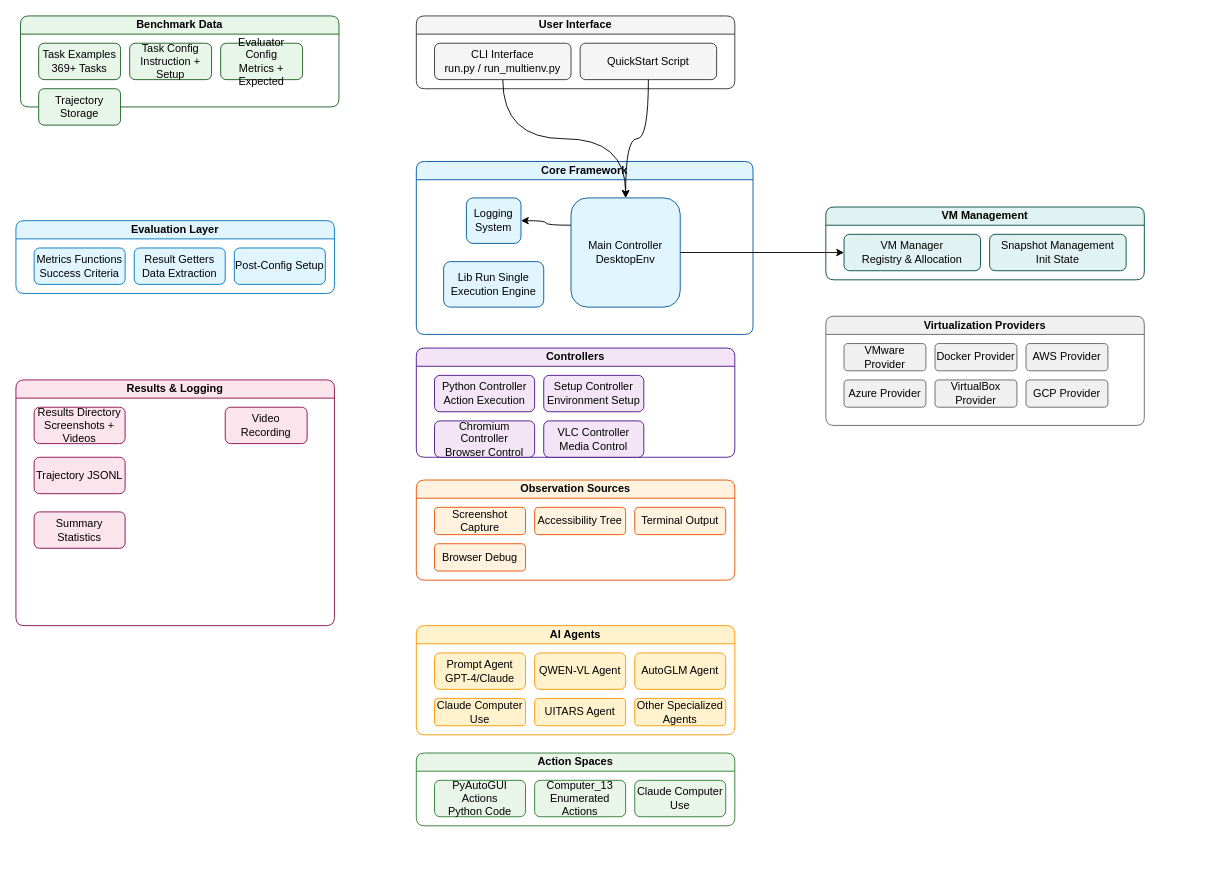
This is OSWorld.drawio from rogeroger-yu/drow.io, a draw.io file, before an edit. Source tidied: cells renumbered, new cells numbered last; positions are measured from the earlier drawing's top-left corner, leaving out a move shared by most shapes. Both pictures are drawn from the tidied source at 91%, with x=0, y=0 at pixel (15, 15).
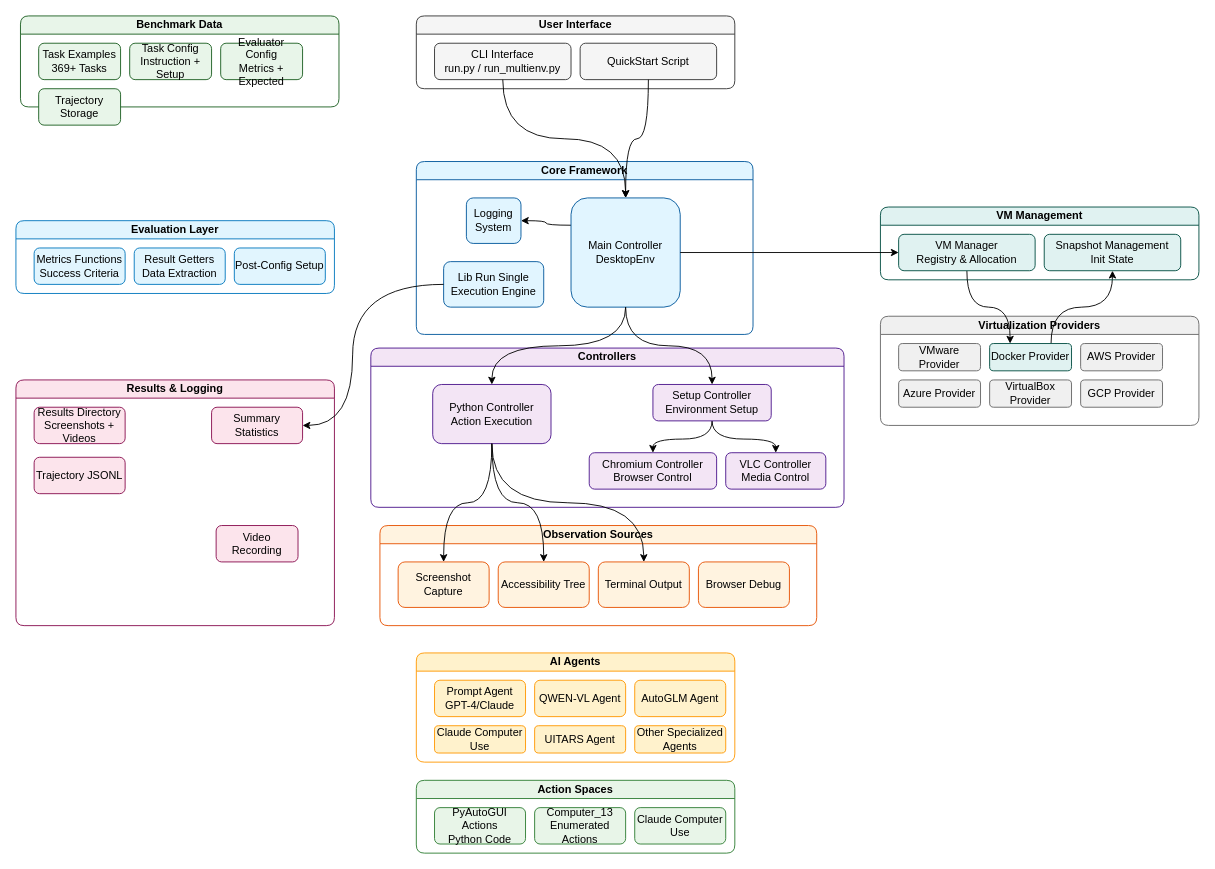
After the change.

The change refers to these unchanged cells:
```xml
<mxCell id="7" value="Lib Run Single&lt;br&gt;Execution Engine" style="rounded=1;whiteSpace=wrap;html=1;fillColor=#e1f5ff;strokeColor=#01579b;" parent="5" vertex="1">
  <mxGeometry x="30" y="110" width="110" height="50" as="geometry" />
</mxCell>
<mxCell id="9" value="Main Controller&lt;br&gt;DesktopEnv" style="rounded=1;whiteSpace=wrap;html=1;fillColor=#e1f5ff;strokeColor=#01579b;" parent="5" vertex="1">
  <mxGeometry x="170" y="40" width="120" height="120" as="geometry" />
</mxCell>
<mxCell id="50" value="Results &amp;amp; Logging" style="swimlane;startSize=20;whiteSpace=wrap;html=1;rounded=1;fillColor=#fce4ec;strokeColor=#880e4f;" parent="1" vertex="1">
  <mxGeometry y="400" width="350" height="270" as="geometry" />
</mxCell>
```

Change to the diagram source:
```diff
@@
     <mxCell id="10" value="Virtualization Providers" style="swimlane;startSize=20;whiteSpace=wrap;html=1;rounded=1;fillColor=#f0f0f0;strokeColor=#666666;" parent="1" vertex="1">
-      <mxGeometry x="890" y="330" width="350" height="120" as="geometry" />
+      <mxGeometry x="950" y="330" width="350" height="120" as="geometry" />
     </mxCell>
     <mxCell id="11" value="VMware Provider" style="rounded=1;whiteSpace=wrap;html=1;fillColor=#f0f0f0;strokeColor=#666666;" parent="1" vertex="1">
-      <mxGeometry x="910" y="360" width="90" height="30" as="geometry" />
+      <mxGeometry x="970" y="360" width="90" height="30" as="geometry" />
     </mxCell>
+    <mxCell id="58" style="edgeStyle=orthogonalEdgeStyle;rounded=0;jettySize=auto;html=1;exitX=0.75;exitY=0;exitDx=0;exitDy=0;entryX=0.5;entryY=1;entryDx=0;entryDy=0;curved=1;" parent="1" edge="1" source="12" target="19">
+      <mxGeometry relative="1" as="geometry" />
+    </mxCell>
-    <mxCell id="12" value="Docker Provider" style="rounded=1;whiteSpace=wrap;html=1;fillColor=#f0f0f0;strokeColor=#666666;" parent="1" vertex="1">
-      <mxGeometry x="1010" y="360" width="90" height="30" as="geometry" />
+    <mxCell id="12" value="Docker Provider" style="rounded=1;whiteSpace=wrap;html=1;fillColor=light-dark(#e0f2f1, #1f1f1f);strokeColor=light-dark(#004d40, #959595);" parent="1" vertex="1">
+      <mxGeometry x="1070" y="360" width="90" height="30" as="geometry" />
     </mxCell>
     <mxCell id="13" value="AWS Provider" style="rounded=1;whiteSpace=wrap;html=1;fillColor=#f0f0f0;strokeColor=#666666;" parent="1" vertex="1">
-      <mxGeometry x="1110" y="360" width="90" height="30" as="geometry" />
+      <mxGeometry x="1170" y="360" width="90" height="30" as="geometry" />
     </mxCell>
     <mxCell id="14" value="Azure Provider" style="rounded=1;whiteSpace=wrap;html=1;fillColor=#f0f0f0;strokeColor=#666666;" parent="1" vertex="1">
-      <mxGeometry x="910" y="400" width="90" height="30" as="geometry" />
+      <mxGeometry x="970" y="400" width="90" height="30" as="geometry" />
     </mxCell>
     <mxCell id="15" value="VirtualBox Provider" style="rounded=1;whiteSpace=wrap;html=1;fillColor=#f0f0f0;strokeColor=#666666;" parent="1" vertex="1">
-      <mxGeometry x="1010" y="400" width="90" height="30" as="geometry" />
+      <mxGeometry x="1070" y="400" width="90" height="30" as="geometry" />
     </mxCell>
     <mxCell id="16" value="GCP Provider" style="rounded=1;whiteSpace=wrap;html=1;fillColor=#f0f0f0;strokeColor=#666666;" parent="1" vertex="1">
-      <mxGeometry x="1110" y="400" width="90" height="30" as="geometry" />
+      <mxGeometry x="1170" y="400" width="90" height="30" as="geometry" />
     </mxCell>
     <mxCell id="17" value="VM Management" style="swimlane;startSize=20;whiteSpace=wrap;html=1;rounded=1;fillColor=#e0f2f1;strokeColor=#004d40;" parent="1" vertex="1">
-      <mxGeometry x="890" y="210" width="350" height="80" as="geometry" />
+      <mxGeometry x="950" y="210" width="350" height="80" as="geometry" />
     </mxCell>
+    <mxCell id="59" style="edgeStyle=orthogonalEdgeStyle;rounded=0;jettySize=auto;html=1;exitX=0.5;exitY=1;exitDx=0;exitDy=0;entryX=0.25;entryY=0;entryDx=0;entryDy=0;curved=1;" parent="1" edge="1" source="18" target="12">
+      <mxGeometry relative="1" as="geometry" />
+    </mxCell>
     <mxCell id="18" value="VM Manager&lt;br&gt;Registry &amp;amp; Allocation" style="rounded=1;whiteSpace=wrap;html=1;fillColor=#e0f2f1;strokeColor=#004d40;" parent="1" vertex="1">
-      <mxGeometry x="910" y="240" width="150" height="40" as="geometry" />
+      <mxGeometry x="970" y="240" width="150" height="40" as="geometry" />
     </mxCell>
     <mxCell id="19" value="Snapshot Management&lt;br&gt;Init State" style="rounded=1;whiteSpace=wrap;html=1;fillColor=#e0f2f1;strokeColor=#004d40;" parent="1" vertex="1">
-      <mxGeometry x="1070" y="240" width="150" height="40" as="geometry" />
+      <mxGeometry x="1130" y="240" width="150" height="40" as="geometry" />
     </mxCell>
     <mxCell id="20" value="Controllers" style="swimlane;startSize=20;whiteSpace=wrap;html=1;rounded=1;fillColor=#f3e5f5;strokeColor=#4a148c;" parent="1" vertex="1">
-      <mxGeometry x="440" y="365" width="350" height="120" as="geometry" />
+      <mxGeometry x="390" y="365" width="520" height="175" as="geometry" />
     </mxCell>
+    <mxCell id="60" style="edgeStyle=orthogonalEdgeStyle;rounded=0;jettySize=auto;html=1;exitX=0.5;exitY=1;exitDx=0;exitDy=0;curved=1;entryX=0.5;entryY=0;entryDx=0;entryDy=0;" parent="20" edge="1" source="22" target="23">
+      <mxGeometry relative="1" as="geometry" />
+    </mxCell>
+    <mxCell id="61" style="edgeStyle=orthogonalEdgeStyle;rounded=0;jettySize=auto;html=1;exitX=0.5;exitY=1;exitDx=0;exitDy=0;curved=1;entryX=0.5;entryY=0;entryDx=0;entryDy=0;" parent="20" edge="1" source="22" target="24">
+      <mxGeometry relative="1" as="geometry" />
+    </mxCell>
+    <mxCell id="22" value="Setup Controller&lt;br&gt;Environment Setup" style="rounded=1;whiteSpace=wrap;html=1;fillColor=#f3e5f5;strokeColor=#4a148c;" parent="20" vertex="1">
+      <mxGeometry x="310" y="40" width="130" height="40" as="geometry" />
+    </mxCell>
+    <mxCell id="24" value="VLC Controller&lt;br&gt;Media Control" style="rounded=1;whiteSpace=wrap;html=1;fillColor=#f3e5f5;strokeColor=#4a148c;" parent="20" vertex="1">
+      <mxGeometry x="390" y="115" width="110" height="40" as="geometry" />
+    </mxCell>
+    <mxCell id="23" value="Chromium Controller&lt;br&gt;Browser Control" style="rounded=1;whiteSpace=wrap;html=1;fillColor=#f3e5f5;strokeColor=#4a148c;" parent="20" vertex="1">
+      <mxGeometry x="240" y="115" width="140" height="40" as="geometry" />
+    </mxCell>
-    <mxCell id="21" value="Python Controller&lt;br&gt;Action Execution" style="rounded=1;whiteSpace=wrap;html=1;fillColor=#f3e5f5;strokeColor=#4a148c;" parent="1" vertex="1">
-      <mxGeometry x="460" y="395" width="110" height="40" as="geometry" />
+    <mxCell id="21" value="Python Controller&lt;br&gt;Action Execution" style="rounded=1;whiteSpace=wrap;html=1;fillColor=#f3e5f5;strokeColor=#4a148c;" parent="20" vertex="1">
+      <mxGeometry x="68" y="40" width="130" height="65" as="geometry" />
     </mxCell>
-    <mxCell id="22" value="Setup Controller&lt;br&gt;Environment Setup" style="rounded=1;whiteSpace=wrap;html=1;fillColor=#f3e5f5;strokeColor=#4a148c;" parent="1" vertex="1">
-      <mxGeometry x="580" y="395" width="110" height="40" as="geometry" />
-    </mxCell>
-    <mxCell id="23" value="Chromium Controller&lt;br&gt;Browser Control" style="rounded=1;whiteSpace=wrap;html=1;fillColor=#f3e5f5;strokeColor=#4a148c;" parent="1" vertex="1">
-      <mxGeometry x="460" y="445" width="110" height="40" as="geometry" />
-    </mxCell>
-    <mxCell id="24" value="VLC Controller&lt;br&gt;Media Control" style="rounded=1;whiteSpace=wrap;html=1;fillColor=#f3e5f5;strokeColor=#4a148c;" parent="1" vertex="1">
-      <mxGeometry x="580" y="445" width="110" height="40" as="geometry" />
-    </mxCell>
     <mxCell id="25" value="Observation Sources" style="swimlane;startSize=20;whiteSpace=wrap;html=1;rounded=1;fillColor=#fff3e0;strokeColor=#e65100;" parent="1" vertex="1">
-      <mxGeometry x="440" y="510" width="350" height="110" as="geometry" />
+      <mxGeometry x="400" y="560" width="480" height="110" as="geometry" />
     </mxCell>
+    <mxCell id="29" value="Browser Debug" style="rounded=1;whiteSpace=wrap;html=1;fillColor=#fff3e0;strokeColor=#e65100;" parent="25" vertex="1">
+      <mxGeometry x="350" y="40" width="100" height="50" as="geometry" />
+    </mxCell>
     <mxCell id="26" value="Screenshot Capture" style="rounded=1;whiteSpace=wrap;html=1;fillColor=#fff3e0;strokeColor=#e65100;" parent="1" vertex="1">
-      <mxGeometry x="460" y="540" width="100" height="30" as="geometry" />
+      <mxGeometry x="420" y="600" width="100" height="50" as="geometry" />
     </mxCell>
     <mxCell id="27" value="Accessibility Tree" style="rounded=1;whiteSpace=wrap;html=1;fillColor=#fff3e0;strokeColor=#e65100;" parent="1" vertex="1">
-      <mxGeometry x="570" y="540" width="100" height="30" as="geometry" />
+      <mxGeometry x="530" y="600" width="100" height="50" as="geometry" />
     </mxCell>
     <mxCell id="28" value="Terminal Output" style="rounded=1;whiteSpace=wrap;html=1;fillColor=#fff3e0;strokeColor=#e65100;" parent="1" vertex="1">
-      <mxGeometry x="680" y="540" width="100" height="30" as="geometry" />
+      <mxGeometry x="640" y="600" width="100" height="50" as="geometry" />
     </mxCell>
-    <mxCell id="29" value="Browser Debug" style="rounded=1;whiteSpace=wrap;html=1;fillColor=#fff3e0;strokeColor=#e65100;" parent="1" vertex="1">
-      <mxGeometry x="460" y="580" width="100" height="30" as="geometry" />
-    </mxCell>
     <mxCell id="30" value="AI Agents" style="swimlane;startSize=20;whiteSpace=wrap;html=1;rounded=1;fillColor=#fff2cc;strokeColor=#ff9800;" parent="1" vertex="1">
-      <mxGeometry x="440" y="670" width="350" height="120" as="geometry" />
+      <mxGeometry x="440" y="700" width="350" height="120" as="geometry" />
     </mxCell>
     <mxCell id="31" value="Prompt Agent&lt;br&gt;GPT-4/Claude" style="rounded=1;whiteSpace=wrap;html=1;fillColor=#fff2cc;strokeColor=#ff9800;" parent="1" vertex="1">
-      <mxGeometry x="460" y="700" width="100" height="40" as="geometry" />
+      <mxGeometry x="460" y="730" width="100" height="40" as="geometry" />
     </mxCell>
     <mxCell id="32" value="QWEN-VL Agent" style="rounded=1;whiteSpace=wrap;html=1;fillColor=#fff2cc;strokeColor=#ff9800;" parent="1" vertex="1">
-      <mxGeometry x="570" y="700" width="100" height="40" as="geometry" />
+      <mxGeometry x="570" y="730" width="100" height="40" as="geometry" />
     </mxCell>
     <mxCell id="33" value="AutoGLM Agent" style="rounded=1;whiteSpace=wrap;html=1;fillColor=#fff2cc;strokeColor=#ff9800;" parent="1" vertex="1">
-      <mxGeometry x="680" y="700" width="100" height="40" as="geometry" />
+      <mxGeometry x="680" y="730" width="100" height="40" as="geometry" />
     </mxCell>
     <mxCell id="34" value="Claude Computer Use" style="rounded=1;whiteSpace=wrap;html=1;fillColor=#fff2cc;strokeColor=#ff9800;" parent="1" vertex="1">
-      <mxGeometry x="460" y="750" width="100" height="30" as="geometry" />
+      <mxGeometry x="460" y="780" width="100" height="30" as="geometry" />
     </mxCell>
     <mxCell id="35" value="UITARS Agent" style="rounded=1;whiteSpace=wrap;html=1;fillColor=#fff2cc;strokeColor=#ff9800;" parent="1" vertex="1">
-      <mxGeometry x="570" y="750" width="100" height="30" as="geometry" />
+      <mxGeometry x="570" y="780" width="100" height="30" as="geometry" />
     </mxCell>
     <mxCell id="36" value="Other Specialized Agents" style="rounded=1;whiteSpace=wrap;html=1;fillColor=#fff2cc;strokeColor=#ff9800;" parent="1" vertex="1">
-      <mxGeometry x="680" y="750" width="100" height="30" as="geometry" />
+      <mxGeometry x="680" y="780" width="100" height="30" as="geometry" />
     </mxCell>
     <mxCell id="37" value="Action Spaces" style="swimlane;startSize=20;whiteSpace=wrap;html=1;rounded=1;fillColor=#e8f5e8;strokeColor=#2e7d32;" parent="1" vertex="1">
-      <mxGeometry x="440" y="810" width="350" height="80" as="geometry" />
+      <mxGeometry x="440" y="840" width="350" height="80" as="geometry" />
     </mxCell>
     <mxCell id="38" value="PyAutoGUI Actions&lt;br&gt;Python Code" style="rounded=1;whiteSpace=wrap;html=1;fillColor=#e8f5e8;strokeColor=#2e7d32;" parent="1" vertex="1">
-      <mxGeometry x="460" y="840" width="100" height="40" as="geometry" />
+      <mxGeometry x="460" y="870" width="100" height="40" as="geometry" />
     </mxCell>
     <mxCell id="39" value="Computer_13&lt;br&gt;Enumerated Actions" style="rounded=1;whiteSpace=wrap;html=1;fillColor=#e8f5e8;strokeColor=#2e7d32;" parent="1" vertex="1">
-      <mxGeometry x="570" y="840" width="100" height="40" as="geometry" />
+      <mxGeometry x="570" y="870" width="100" height="40" as="geometry" />
     </mxCell>
     <mxCell id="40" value="Claude Computer Use" style="rounded=1;whiteSpace=wrap;html=1;fillColor=#e8f5e8;strokeColor=#2e7d32;" parent="1" vertex="1">
-      <mxGeometry x="680" y="840" width="100" height="40" as="geometry" />
+      <mxGeometry x="680" y="870" width="100" height="40" as="geometry" />
     </mxCell>
@@
     <mxCell id="51" value="Summary Statistics" style="rounded=1;whiteSpace=wrap;html=1;fillColor=#fce4ec;strokeColor=#880e4f;" parent="50" vertex="1">
-      <mxGeometry x="20" y="145" width="100" height="40" as="geometry" />
+      <mxGeometry x="215" y="30" width="100" height="40" as="geometry" />
     </mxCell>
@@
+    <mxCell id="54" value="Video Recording" style="rounded=1;whiteSpace=wrap;html=1;fillColor=#fce4ec;strokeColor=#880e4f;" parent="50" vertex="1">
+      <mxGeometry x="220" y="160" width="90" height="40" as="geometry" />
+    </mxCell>
@@
-    <mxCell id="54" value="Video Recording" style="rounded=1;whiteSpace=wrap;html=1;fillColor=#fce4ec;strokeColor=#880e4f;" parent="1" vertex="1">
-      <mxGeometry x="230" y="430" width="90" height="40" as="geometry" />
-    </mxCell>
@@
+    <mxCell id="62" style="edgeStyle=orthogonalEdgeStyle;rounded=0;jettySize=auto;html=1;exitX=0.5;exitY=1;exitDx=0;exitDy=0;entryX=0.5;entryY=0;entryDx=0;entryDy=0;curved=1;" parent="1" edge="1" source="9" target="21">
+      <mxGeometry relative="1" as="geometry" />
+    </mxCell>
+    <mxCell id="63" style="edgeStyle=orthogonalEdgeStyle;rounded=0;jettySize=auto;html=1;exitX=0.5;exitY=1;exitDx=0;exitDy=0;curved=1;" parent="1" edge="1" source="9" target="22">
+      <mxGeometry relative="1" as="geometry" />
+    </mxCell>
+    <mxCell id="64" style="edgeStyle=orthogonalEdgeStyle;rounded=0;jettySize=auto;html=1;exitX=0.5;exitY=1;exitDx=0;exitDy=0;curved=1;" parent="1" edge="1" source="21" target="26">
+      <mxGeometry relative="1" as="geometry" />
+    </mxCell>
+    <mxCell id="65" style="edgeStyle=orthogonalEdgeStyle;rounded=0;jettySize=auto;html=1;exitX=0.5;exitY=1;exitDx=0;exitDy=0;curved=1;" parent="1" edge="1" source="21" target="27">
+      <mxGeometry relative="1" as="geometry" />
+    </mxCell>
+    <mxCell id="66" style="edgeStyle=orthogonalEdgeStyle;rounded=0;jettySize=auto;html=1;exitX=0.5;exitY=1;exitDx=0;exitDy=0;curved=1;" parent="1" edge="1" source="21" target="28">
+      <mxGeometry relative="1" as="geometry" />
+    </mxCell>
+    <mxCell id="67" style="edgeStyle=orthogonalEdgeStyle;rounded=0;jettySize=auto;html=1;exitX=0;exitY=0.5;exitDx=0;exitDy=0;entryX=1;entryY=0.5;entryDx=0;entryDy=0;curved=1;" parent="1" edge="1" source="7" target="51">
+      <mxGeometry relative="1" as="geometry">
+        <Array as="points">
+          <mxPoint x="370" y="295" />
+          <mxPoint x="370" y="450" />
+        </Array>
+      </mxGeometry>
+    </mxCell>
```
